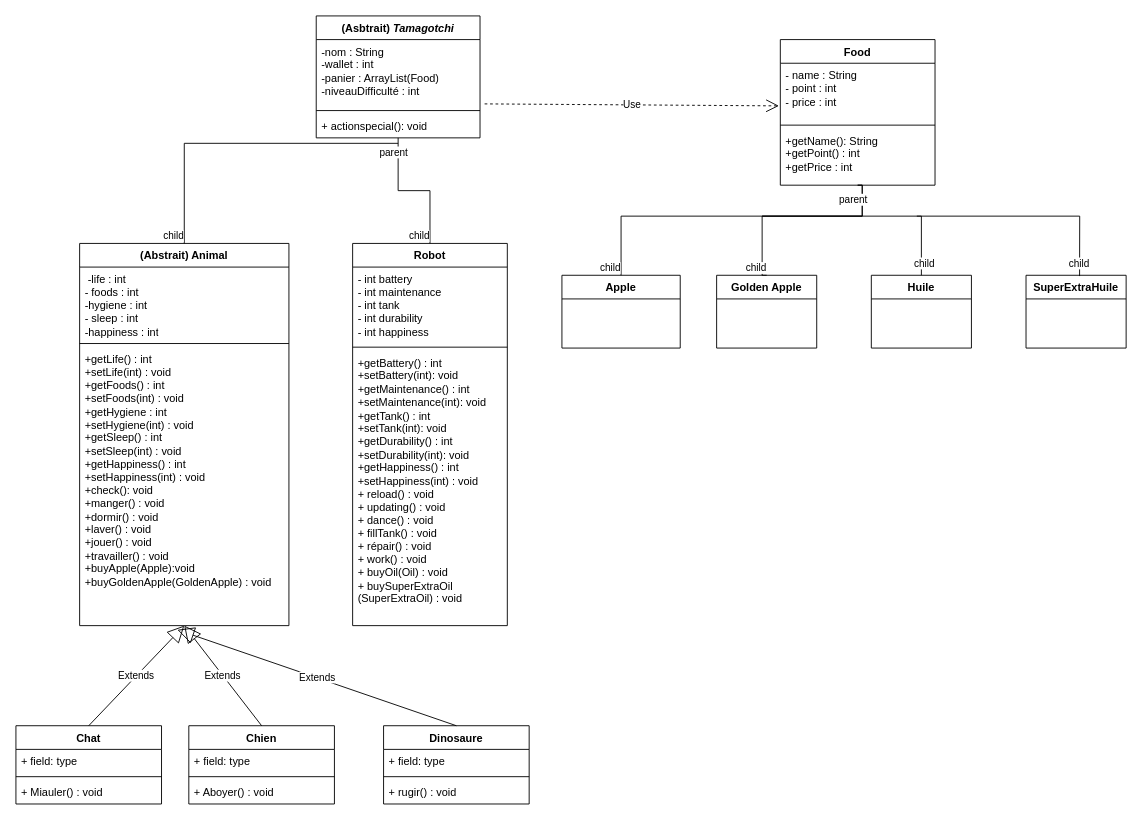
Before: Diagram.drawio in BMaurice56/Tamagotchi, a draw.io diagram. Source tidied: cells renumbered, new cells numbered last; positions are measured from the earlier drawing's top-left corner, leaving out a move shared by most shapes. Both pictures are drawn from the tidied source at 91%, with x=0, y=0 at pixel (15, 15).
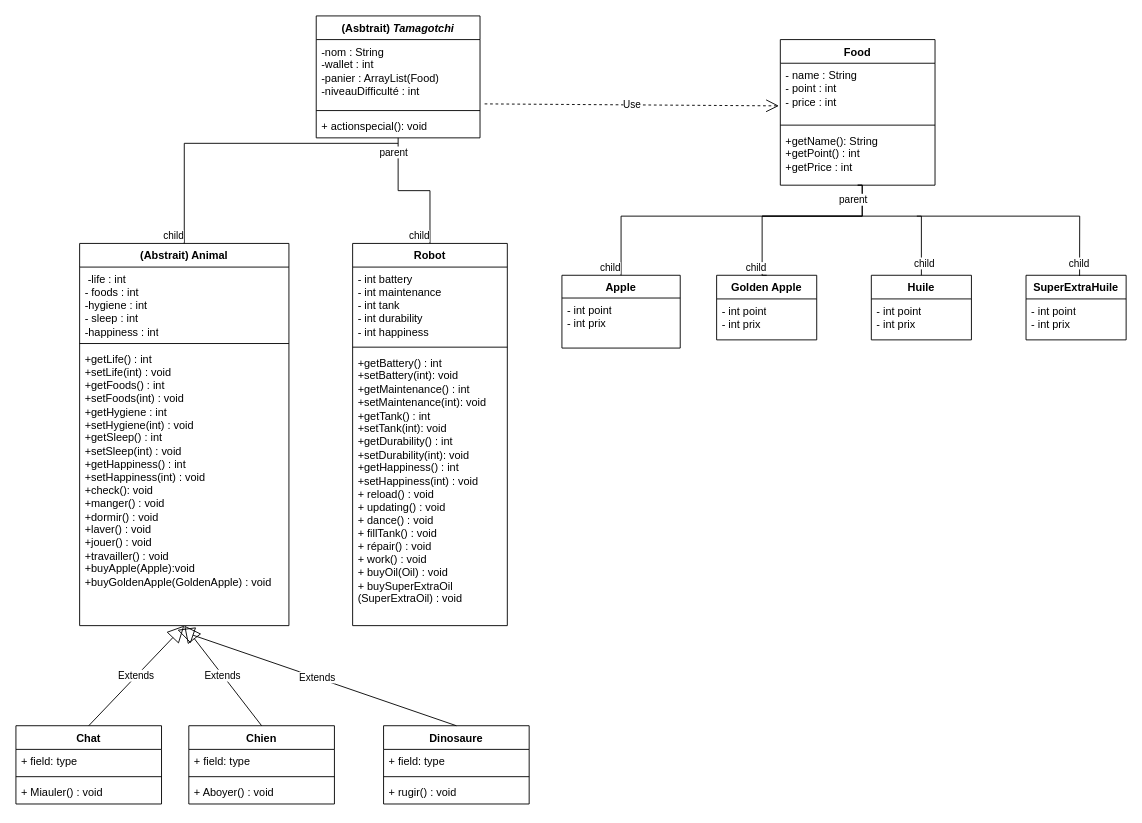
After the change.

The edit, as a diff of the source:
```diff
@@
-    <mxCell id="28" value="Apple" style="swimlane;fontStyle=1;align=center;verticalAlign=top;horizontal=1;startSize=26;whiteSpace=wrap;html=1;" parent="1" vertex="1">
+    <mxCell id="28" value="Apple" style="swimlane;fontStyle=1;align=center;verticalAlign=top;horizontal=1;startSize=25;whiteSpace=wrap;html=1;" parent="1" vertex="1">
       <mxGeometry x="600" y="285" width="130" height="80" as="geometry" />
     </mxCell>
+    <mxCell id="53" value="- int point&lt;br&gt;- int&amp;nbsp;prix" style="text;strokeColor=none;fillColor=none;align=left;verticalAlign=top;spacingLeft=4;spacingRight=4;overflow=hidden;whiteSpace=wrap;html=1;" parent="28" vertex="1">
+      <mxGeometry y="25" width="130" height="55" as="geometry" />
+    </mxCell>
     <mxCell id="29" value="Golden Apple" style="swimlane;fontStyle=1;align=center;verticalAlign=top;horizontal=1;startSize=26;whiteSpace=wrap;html=1;" parent="1" vertex="1">
-      <mxGeometry x="770" y="285" width="110" height="80" as="geometry" />
+      <mxGeometry x="770" y="285" width="110" height="71" as="geometry" />
     </mxCell>
+    <mxCell id="54" value="- int point&lt;br&gt;- int&amp;nbsp;prix" style="text;strokeColor=none;fillColor=none;align=left;verticalAlign=top;spacingLeft=4;spacingRight=4;overflow=hidden;whiteSpace=wrap;html=1;" parent="29" vertex="1">
+      <mxGeometry y="26" width="110" height="45" as="geometry" />
+    </mxCell>
@@
     <mxCell id="36" value="Huile" style="swimlane;fontStyle=1;align=center;verticalAlign=top;horizontal=1;startSize=26;whiteSpace=wrap;html=1;" parent="1" vertex="1">
-      <mxGeometry x="940" y="285" width="110" height="80" as="geometry" />
+      <mxGeometry x="940" y="285" width="110" height="71" as="geometry" />
     </mxCell>
+    <mxCell id="55" value="- int point&lt;br&gt;- int&amp;nbsp;prix" style="text;strokeColor=none;fillColor=none;align=left;verticalAlign=top;spacingLeft=4;spacingRight=4;overflow=hidden;whiteSpace=wrap;html=1;" parent="36" vertex="1">
+      <mxGeometry y="26" width="110" height="45" as="geometry" />
+    </mxCell>
     <mxCell id="37" value="SuperExtraHuile" style="swimlane;fontStyle=1;align=center;verticalAlign=top;horizontal=1;startSize=26;whiteSpace=wrap;html=1;" parent="1" vertex="1">
-      <mxGeometry x="1110" y="285" width="110" height="80" as="geometry" />
+      <mxGeometry x="1110" y="285" width="110" height="71" as="geometry" />
     </mxCell>
+    <mxCell id="56" value="- int point&lt;br&gt;- int&amp;nbsp;prix" style="text;strokeColor=none;fillColor=none;align=left;verticalAlign=top;spacingLeft=4;spacingRight=4;overflow=hidden;whiteSpace=wrap;html=1;" parent="37" vertex="1">
+      <mxGeometry y="26" width="110" height="45" as="geometry" />
+    </mxCell>
```
